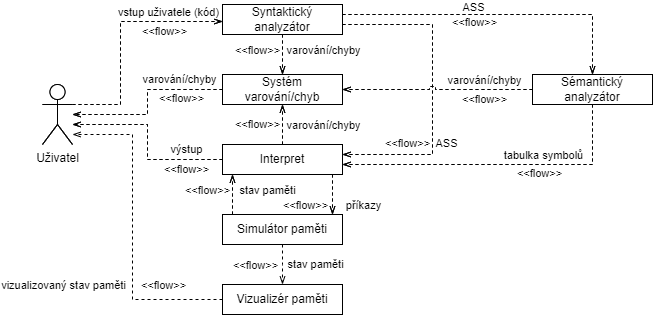
The draw.io diagram doc/architecture.drawio.png in hruboson/memviz, before a commit. Source tidied: cells renumbered, new cells last; positions are measured from the earlier drawing's top-left corner, leaving out a move shared by most shapes.
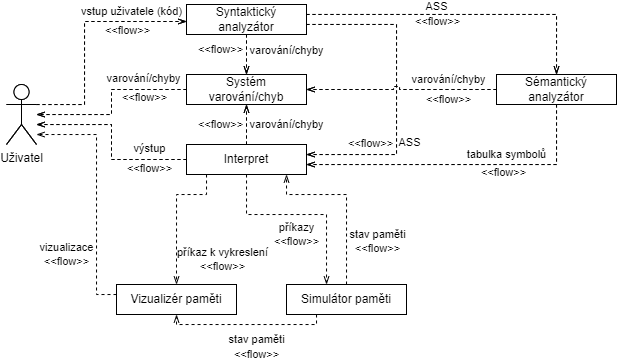
The same diagram one commit later.

Commit message:
doc: fix architecture diagram

What changed in the source:
```diff
@@ -134,43 +134,9 @@
     <mxCell id="28" style="edgeStyle=orthogonalEdgeStyle;rounded=0;jettySize=auto;html=1;dashed=1;endArrow=openThin;endFill=0;" parent="1" edge="1" source="32" target="24">
       <mxGeometry relative="1" as="geometry" />
     </mxCell>
-    <mxCell id="29" style="edgeStyle=orthogonalEdgeStyle;rounded=0;jettySize=auto;html=1;dashed=1;endArrow=openThin;endFill=0;" parent="1" edge="1" source="32" target="35">
-      <mxGeometry relative="1" as="geometry">
-        <Array as="points">
-          <mxPoint x="290" y="190" />
-          <mxPoint x="290" y="190" />
-        </Array>
-      </mxGeometry>
-    </mxCell>
-    <mxCell id="30" value="&amp;lt;&amp;lt;flow&amp;gt;&amp;gt;" style="edgeLabel;html=1;align=center;verticalAlign=middle;" parent="29" vertex="1">
-      <mxGeometry x="-0.19" y="1" relative="1" as="geometry">
-        <mxPoint x="-29" y="14" as="offset" />
-      </mxGeometry>
-    </mxCell>
-    <mxCell id="31" value="příkazy" style="edgeLabel;html=1;align=center;verticalAlign=middle;" parent="29" vertex="1">
-      <mxGeometry x="0.6" relative="1" as="geometry">
-        <mxPoint x="30" y="-2" as="offset" />
-      </mxGeometry>
-    </mxCell>
     <mxCell id="32" value="Interpreter" style="rounded=0;whiteSpace=wrap;html=1;" parent="1" vertex="1">
       <mxGeometry x="180" y="140" width="120" height="30" as="geometry" />
     </mxCell>
-    <mxCell id="33" style="edgeStyle=orthogonalEdgeStyle;rounded=0;jettySize=auto;html=1;dashed=1;endArrow=openThin;endFill=0;" parent="1" edge="1" source="35" target="32">
-      <mxGeometry relative="1" as="geometry">
-        <Array as="points">
-          <mxPoint x="190" y="190" />
-          <mxPoint x="190" y="190" />
-        </Array>
-      </mxGeometry>
-    </mxCell>
-    <mxCell id="34" value="stav paměti" style="edgeLabel;html=1;align=center;verticalAlign=middle;" parent="33" vertex="1">
-      <mxGeometry x="0.16" relative="1" as="geometry">
-        <mxPoint x="34" y="-2" as="offset" />
-      </mxGeometry>
-    </mxCell>
-    <mxCell id="35" value="Memory simulator" style="rounded=0;whiteSpace=wrap;html=1;" parent="1" vertex="1">
-      <mxGeometry x="180" y="210" width="120" height="30" as="geometry" />
-    </mxCell>
     <mxCell id="36" value="varování/chyby" style="edgeLabel;html=1;align=center;verticalAlign=middle;" parent="1" vertex="1">
       <mxGeometry x="280" y="120" as="geometry" />
     </mxCell>
@@ -288,42 +254,56 @@
     <mxCell id="61" style="edgeStyle=orthogonalEdgeStyle;rounded=0;jettySize=auto;html=1;dashed=1;endArrow=openThin;endFill=0;" parent="1" edge="1" source="63" target="67">
       <mxGeometry relative="1" as="geometry">
         <Array as="points">
-          <mxPoint x="290" y="190" />
-          <mxPoint x="290" y="190" />
+          <mxPoint x="240" y="210" />
+          <mxPoint x="320" y="210" />
         </Array>
       </mxGeometry>
     </mxCell>
-    <mxCell id="62" value="&amp;lt;&amp;lt;flow&amp;gt;&amp;gt;" style="edgeLabel;html=1;align=center;verticalAlign=middle;" parent="61" vertex="1">
-      <mxGeometry x="-0.19" y="1" relative="1" as="geometry">
-        <mxPoint x="-29" y="14" as="offset" />
-      </mxGeometry>
-    </mxCell>
+    <mxCell id="76" value="příkazy&lt;br&gt;&amp;lt;&amp;lt;flow&amp;gt;&amp;gt;" style="edgeLabel;html=1;align=center;verticalAlign=middle;" parent="61" vertex="1">
+      <mxGeometry x="0.36" y="2" relative="1" as="geometry">
+        <mxPoint x="-32" y="11" as="offset" />
+      </mxGeometry>
+    </mxCell>
+    <mxCell id="77" style="edgeStyle=orthogonalEdgeStyle;rounded=0;jettySize=auto;html=1;dashed=1;endArrow=openThin;endFill=0;" parent="1" edge="1" source="63" target="72">
+      <mxGeometry relative="1" as="geometry">
+        <Array as="points">
+          <mxPoint x="200" y="190" />
+          <mxPoint x="170" y="190" />
+        </Array>
+      </mxGeometry>
+    </mxCell>
+    <mxCell id="78" value="příkaz k vykreslení&lt;div&gt;&amp;lt;&amp;lt;flow&amp;gt;&amp;gt;&lt;/div&gt;" style="edgeLabel;html=1;align=center;verticalAlign=middle;" parent="77" vertex="1">
+      <mxGeometry x="0.06" relative="1" as="geometry">
+        <mxPoint x="46" y="41" as="offset" />
+      </mxGeometry>
+    </mxCell>
     <mxCell id="63" value="Interpret" style="rounded=0;whiteSpace=wrap;html=1;" parent="1" vertex="1">
       <mxGeometry x="180" y="140" width="120" height="30" as="geometry" />
     </mxCell>
+    <mxCell id="66" style="edgeStyle=orthogonalEdgeStyle;rounded=0;jettySize=auto;html=1;dashed=1;endArrow=openThin;endFill=0;" parent="1" edge="1" target="72">
+      <mxGeometry relative="1" as="geometry">
+        <mxPoint x="310" y="310" as="sourcePoint" />
+        <Array as="points">
+          <mxPoint x="310" y="320" />
+          <mxPoint x="170" y="320" />
+        </Array>
+      </mxGeometry>
+    </mxCell>
     <mxCell id="64" style="edgeStyle=orthogonalEdgeStyle;rounded=0;jettySize=auto;html=1;dashed=1;endArrow=openThin;endFill=0;" parent="1" edge="1" source="67" target="63">
       <mxGeometry relative="1" as="geometry">
         <Array as="points">
-          <mxPoint x="190" y="190" />
-          <mxPoint x="190" y="190" />
+          <mxPoint x="340" y="190" />
+          <mxPoint x="280" y="190" />
         </Array>
       </mxGeometry>
     </mxCell>
-    <mxCell id="65" value="&amp;lt;&amp;lt;flow&amp;gt;&amp;gt;" style="edgeLabel;html=1;align=center;verticalAlign=middle;" parent="64" vertex="1">
-      <mxGeometry relative="1" as="geometry">
-        <mxPoint x="-26" y="-5" as="offset" />
-      </mxGeometry>
-    </mxCell>
-    <mxCell id="66" style="edgeStyle=orthogonalEdgeStyle;rounded=0;jettySize=auto;html=1;dashed=1;endArrow=openThin;endFill=0;" parent="1" edge="1" source="67" target="72">
-      <mxGeometry relative="1" as="geometry">
-        <Array as="points">
-          <mxPoint x="240" y="260" />
-          <mxPoint x="240" y="260" />
-        </Array>
-      </mxGeometry>
-    </mxCell>
+    <mxCell id="79" value="stav paměti&lt;br&gt;&amp;lt;&amp;lt;flow&amp;gt;&amp;gt;" style="edgeLabel;html=1;align=center;verticalAlign=middle;" parent="64" vertex="1">
+      <mxGeometry x="-0.37" relative="1" as="geometry">
+        <mxPoint x="31" y="10" as="offset" />
+      </mxGeometry>
+    </mxCell>
     <mxCell id="67" value="Simulátor paměti" style="rounded=0;whiteSpace=wrap;html=1;" parent="1" vertex="1">
-      <mxGeometry x="180" y="210" width="120" height="30" as="geometry" />
+      <mxGeometry x="280" y="280" width="120" height="30" as="geometry" />
     </mxCell>
     <mxCell id="68" value="&amp;lt;&amp;lt;flow&amp;gt;&amp;gt;" style="edgeLabel;html=1;align=center;verticalAlign=middle;" parent="1" vertex="1">
       <mxGeometry x="214" y="119.3" as="geometry" />
@@ -334,29 +314,24 @@
     <mxCell id="70" style="edgeStyle=orthogonalEdgeStyle;rounded=0;jettySize=auto;html=1;dashed=1;endArrow=openThin;endFill=0;" parent="1" edge="1" source="72" target="42">
       <mxGeometry relative="1" as="geometry">
         <Array as="points">
-          <mxPoint x="90" y="295" />
+          <mxPoint x="90" y="290" />
           <mxPoint x="90" y="130" />
         </Array>
       </mxGeometry>
     </mxCell>
-    <mxCell id="71" value="vizualizovaný stav paměti" style="edgeLabel;html=1;align=center;verticalAlign=middle;" parent="70" vertex="1">
-      <mxGeometry x="-0.53" relative="1" as="geometry">
-        <mxPoint x="-86" y="-15" as="offset" />
-      </mxGeometry>
-    </mxCell>
-    <mxCell id="72" value="Vizualizér paměti" style="rounded=0;whiteSpace=wrap;html=1;" parent="1" vertex="1">
-      <mxGeometry x="180" y="280" width="120" height="30" as="geometry" />
-    </mxCell>
+    <mxCell id="80" value="vizualizace&lt;br&gt;&amp;lt;&amp;lt;flow&amp;gt;&amp;gt;" style="edgeLabel;html=1;align=center;verticalAlign=middle;" parent="70" vertex="1">
+      <mxGeometry x="-0.14" relative="1" as="geometry">
+        <mxPoint x="-30" y="43" as="offset" />
+      </mxGeometry>
+    </mxCell>
     <mxCell id="73" value="stav paměti" style="edgeLabel;html=1;align=center;verticalAlign=middle;fontStyle=0;" parent="1" vertex="1">
-      <mxGeometry x="272" y="260" as="geometry" />
+      <mxGeometry x="250" y="335" as="geometry" />
     </mxCell>
     <mxCell id="74" value="&amp;lt;&amp;lt;flow&amp;gt;&amp;gt;" style="edgeLabel;html=1;align=center;verticalAlign=middle;fontStyle=0;" parent="1" vertex="1">
-      <mxGeometry x="212" y="260.3" as="geometry" />
+      <mxGeometry x="250" y="350" as="geometry" />
     </mxCell>
-    <mxCell id="75" value="&amp;lt;&amp;lt;flow&amp;gt;&amp;gt;" style="edgeLabel;html=1;align=center;verticalAlign=middle;fontStyle=0;" parent="1" vertex="1">
-      <mxGeometry x="120" y="307" as="geometry">
-        <mxPoint y="-27" as="offset" />
-      </mxGeometry>
-    </mxCell>
+    <mxCell id="72" value="Vizualizér paměti" style="rounded=0;whiteSpace=wrap;html=1;" parent="1" vertex="1">
+      <mxGeometry x="110" y="280" width="120" height="30" as="geometry" />
+    </mxCell>
   </root>
 </mxGraphModel>
```
